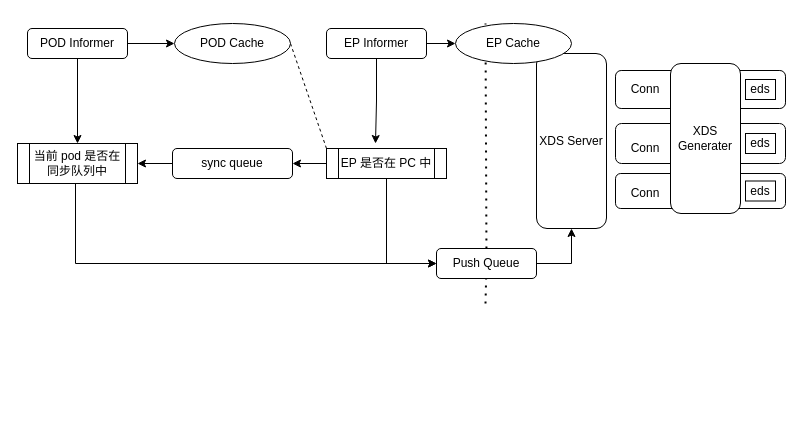
This is istio-eds.drawio from panniyuyu/think-dast-zh, a draw.io file, before an edit. Source tidied: cells renumbered, new cells numbered last; positions are measured from the earlier drawing's top-left corner, leaving out a move shared by most shapes. Both pictures are drawn from the tidied source at 100%, with x=0, y=0 at pixel (17, 23).
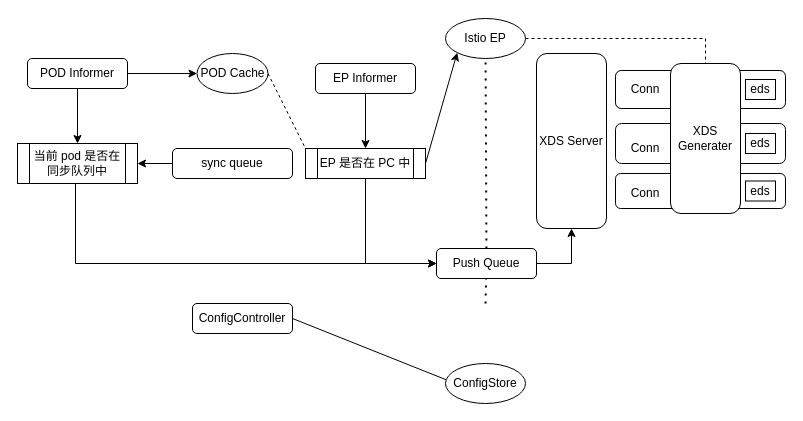
The same diagram, later.

The change refers to these unchanged cells:
```xml
<mxCell id="12" value="sync queue" style="rounded=1;whiteSpace=wrap;html=1;" parent="1" vertex="1">
  <mxGeometry x="155" y="125" width="120" height="30" as="geometry" />
</mxCell>
<mxCell id="21" value="Push Queue" style="rounded=1;whiteSpace=wrap;html=1;" parent="1" vertex="1">
  <mxGeometry x="419" y="225" width="100" height="30" as="geometry" />
</mxCell>
<mxCell id="25" value="XDS&lt;br&gt;Generater" style="rounded=1;whiteSpace=wrap;html=1;" parent="1" vertex="1">
  <mxGeometry x="653" y="40" width="70" height="150" as="geometry" />
</mxCell>
```

The edit, as a diff of the source:
```diff
@@
-    <mxCell id="2" style="edgeStyle=orthogonalEdgeStyle;rounded=0;jettySize=auto;html=1;exitX=0.5;exitY=1;exitDx=0;exitDy=0;" parent="1" edge="1" source="4">
-      <mxGeometry relative="1" as="geometry">
-        <mxPoint x="358" y="120" as="targetPoint" />
-      </mxGeometry>
-    </mxCell>
-    <mxCell id="3" style="edgeStyle=orthogonalEdgeStyle;rounded=0;jettySize=auto;html=1;exitX=1;exitY=0.5;exitDx=0;exitDy=0;entryX=0;entryY=0.5;entryDx=0;entryDy=0;" parent="1" edge="1" source="4" target="32">
-      <mxGeometry relative="1" as="geometry" />
-    </mxCell>
+    <mxCell id="33" style="edgeStyle=orthogonalEdgeStyle;rounded=0;jettySize=auto;html=1;exitX=0.5;exitY=1;exitDx=0;exitDy=0;entryX=0.5;entryY=0;entryDx=0;entryDy=0;" parent="1" edge="1" source="4" target="15">
+      <mxGeometry relative="1" as="geometry" />
+    </mxCell>
     <mxCell id="4" value="EP Informer" style="rounded=1;whiteSpace=wrap;html=1;" parent="1" vertex="1">
-      <mxGeometry x="309" y="5" width="100" height="30" as="geometry" />
+      <mxGeometry x="298" y="40" width="100" height="30" as="geometry" />
     </mxCell>
@@
     <mxCell id="7" value="POD Informer" style="rounded=1;whiteSpace=wrap;html=1;" parent="1" vertex="1">
-      <mxGeometry x="10" y="5" width="100" height="30" as="geometry" />
+      <mxGeometry x="10" y="35" width="100" height="30" as="geometry" />
     </mxCell>
@@
     <mxCell id="9" value="POD Cache" style="ellipse;whiteSpace=wrap;html=1;" parent="1" vertex="1">
-      <mxGeometry x="157" width="116" height="40" as="geometry" />
+      <mxGeometry x="179.5" y="30" width="71" height="40" as="geometry" />
     </mxCell>
@@
-    <mxCell id="13" style="edgeStyle=orthogonalEdgeStyle;rounded=0;jettySize=auto;html=1;exitX=0;exitY=0.5;exitDx=0;exitDy=0;entryX=1;entryY=0.5;entryDx=0;entryDy=0;" parent="1" edge="1" source="15" target="12">
-      <mxGeometry relative="1" as="geometry" />
-    </mxCell>
@@
+    <mxCell id="34" style="rounded=0;jettySize=auto;html=1;exitX=1;exitY=0.5;exitDx=0;exitDy=0;entryX=0;entryY=1;entryDx=0;entryDy=0;" parent="1" edge="1" source="15" target="32">
+      <mxGeometry relative="1" as="geometry" />
+    </mxCell>
     <mxCell id="15" value="EP 是否在 PC 中" style="shape=process;whiteSpace=wrap;html=1;backgroundOutline=1;" parent="1" vertex="1">
-      <mxGeometry x="309" y="125" width="120" height="30" as="geometry" />
+      <mxGeometry x="288" y="125" width="120" height="30" as="geometry" />
     </mxCell>
@@
-    <mxCell id="17" style="endArrow=none;dashed=1;html=1;dashPattern=1 3;strokeWidth=2;rounded=0;" parent="1" edge="1" source="21">
+    <mxCell id="17" style="endArrow=none;dashed=1;html=1;dashPattern=1 3;strokeWidth=2;rounded=0;" parent="1" edge="1" source="32">
       <mxGeometry relative="1" as="geometry">
         <mxPoint x="468" as="targetPoint" />
       </mxGeometry>
     </mxCell>
@@
+    <mxCell id="35" style="edgeStyle=orthogonalEdgeStyle;rounded=0;jettySize=auto;html=1;exitX=1;exitY=0.5;exitDx=0;exitDy=0;entryX=0.5;entryY=0;entryDx=0;entryDy=0;endArrow=none;endFill=0;dashed=1;" parent="1" edge="1" source="32" target="25">
+      <mxGeometry relative="1" as="geometry" />
+    </mxCell>
+    <mxCell id="36" style="endArrow=none;dashed=1;html=1;dashPattern=1 3;strokeWidth=2;rounded=0;" parent="1" edge="1" source="21" target="32">
+      <mxGeometry relative="1" as="geometry" />
+    </mxCell>
-    <mxCell id="32" value="EP Cache" style="ellipse;whiteSpace=wrap;html=1;" parent="1" vertex="1">
-      <mxGeometry x="438" width="116" height="40" as="geometry" />
+    <mxCell id="32" value="Istio EP" style="ellipse;whiteSpace=wrap;html=1;" parent="1" vertex="1">
+      <mxGeometry x="428" y="-5" width="80" height="40" as="geometry" />
     </mxCell>
+    <mxCell id="37" style="rounded=0;jettySize=auto;html=1;exitX=1;exitY=0.5;exitDx=0;exitDy=0;entryX=0.125;entryY=0.5;entryDx=0;entryDy=0;entryPerimeter=0;" parent="1" edge="1" source="38" target="39">
+      <mxGeometry relative="1" as="geometry" />
+    </mxCell>
+    <mxCell id="38" value="ConfigController" style="rounded=1;whiteSpace=wrap;html=1;" parent="1" vertex="1">
+      <mxGeometry x="175" y="280" width="100" height="30" as="geometry" />
+    </mxCell>
+    <mxCell id="39" value="ConfigStore" style="ellipse;whiteSpace=wrap;html=1;" parent="1" vertex="1">
+      <mxGeometry x="428" y="340" width="80" height="40" as="geometry" />
+    </mxCell>
```
